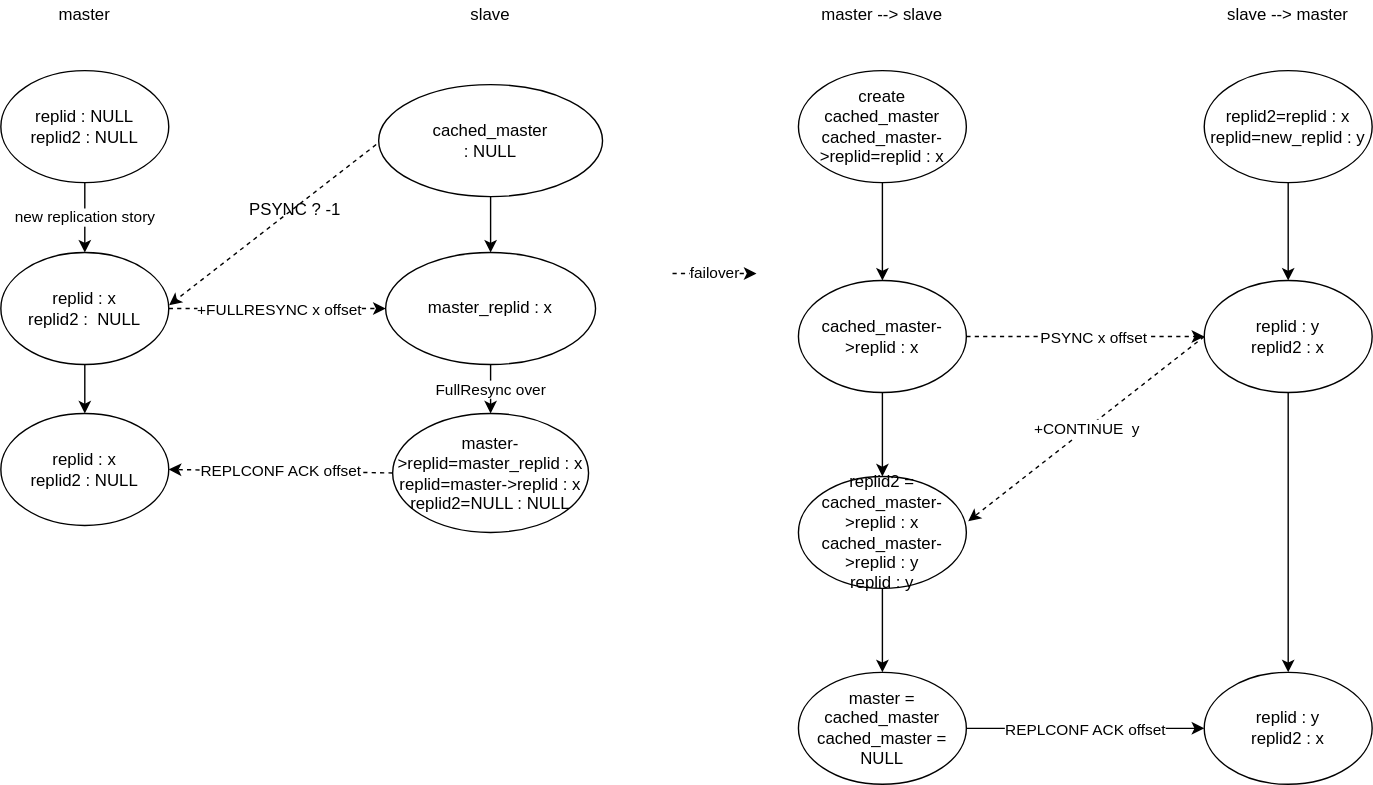
Above: assets/images/redis_psync_protocol/replid_trans.svg in saffraan/saffraan.github.io (draw.io), before the change. Source tidied: cells renumbered, new cells last; positions are measured from the earlier drawing's top-left corner, leaving out a move shared by most shapes.
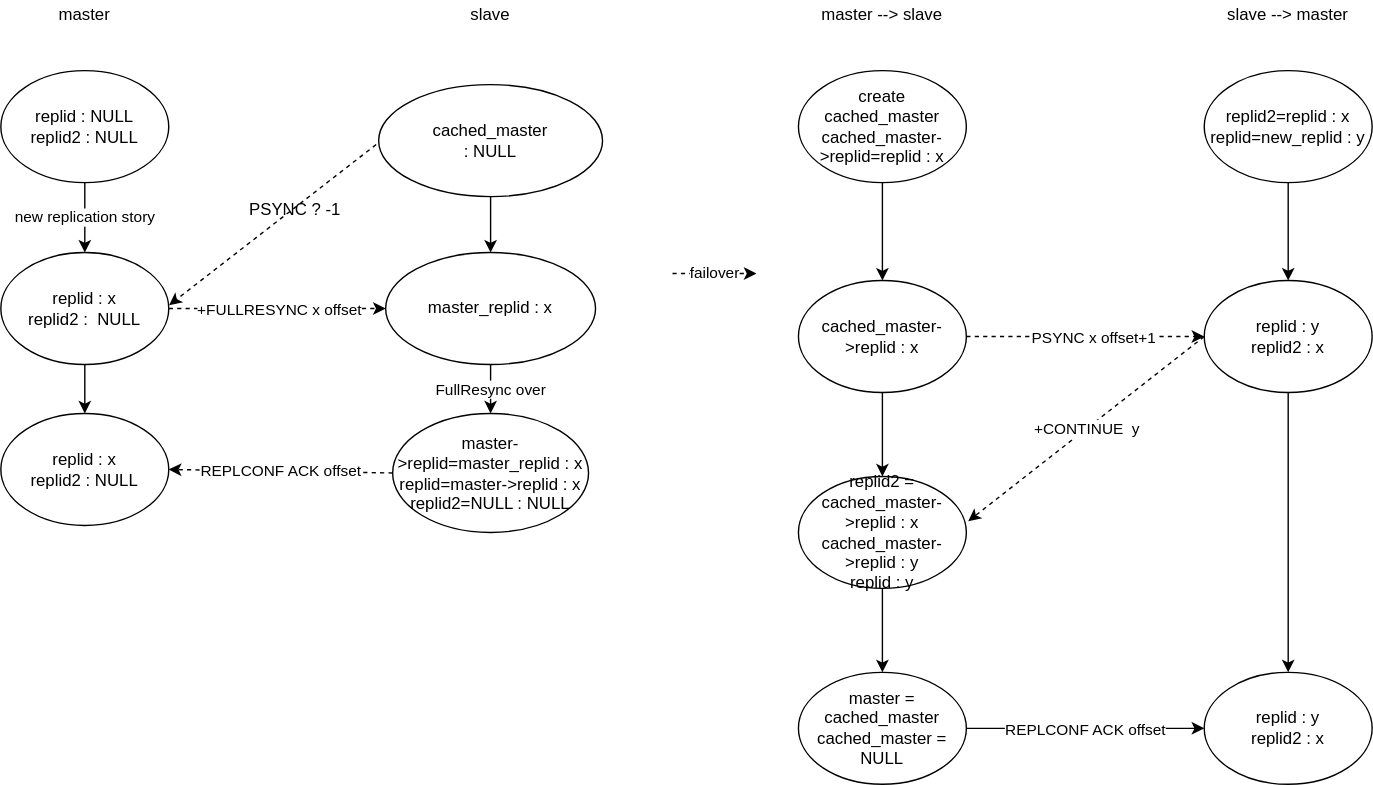
After the change.

Commit message:
fix the redis psync protocol.

Diff of the diagram source:
```diff
@@ -97,7 +97,7 @@
     <mxCell id="31" style="endArrow=classic;html=1;dashed=1;exitX=1;exitY=0.5;exitDx=0;exitDy=0;entryX=0;entryY=0.5;entryDx=0;entryDy=0;" parent="1" edge="1" source="30" target="28">
       <mxGeometry relative="1" as="geometry" />
     </mxCell>
-    <mxCell id="32" value="PSYNC x offset" style="edgeLabel;html=1;align=center;verticalAlign=middle;" parent="31" vertex="1">
+    <mxCell id="32" value="PSYNC x offset+1" style="edgeLabel;html=1;align=center;verticalAlign=middle;" parent="31" vertex="1">
       <mxGeometry x="-0.36" y="2" relative="1" as="geometry">
         <mxPoint x="35" y="2" as="offset" />
       </mxGeometry>
```
